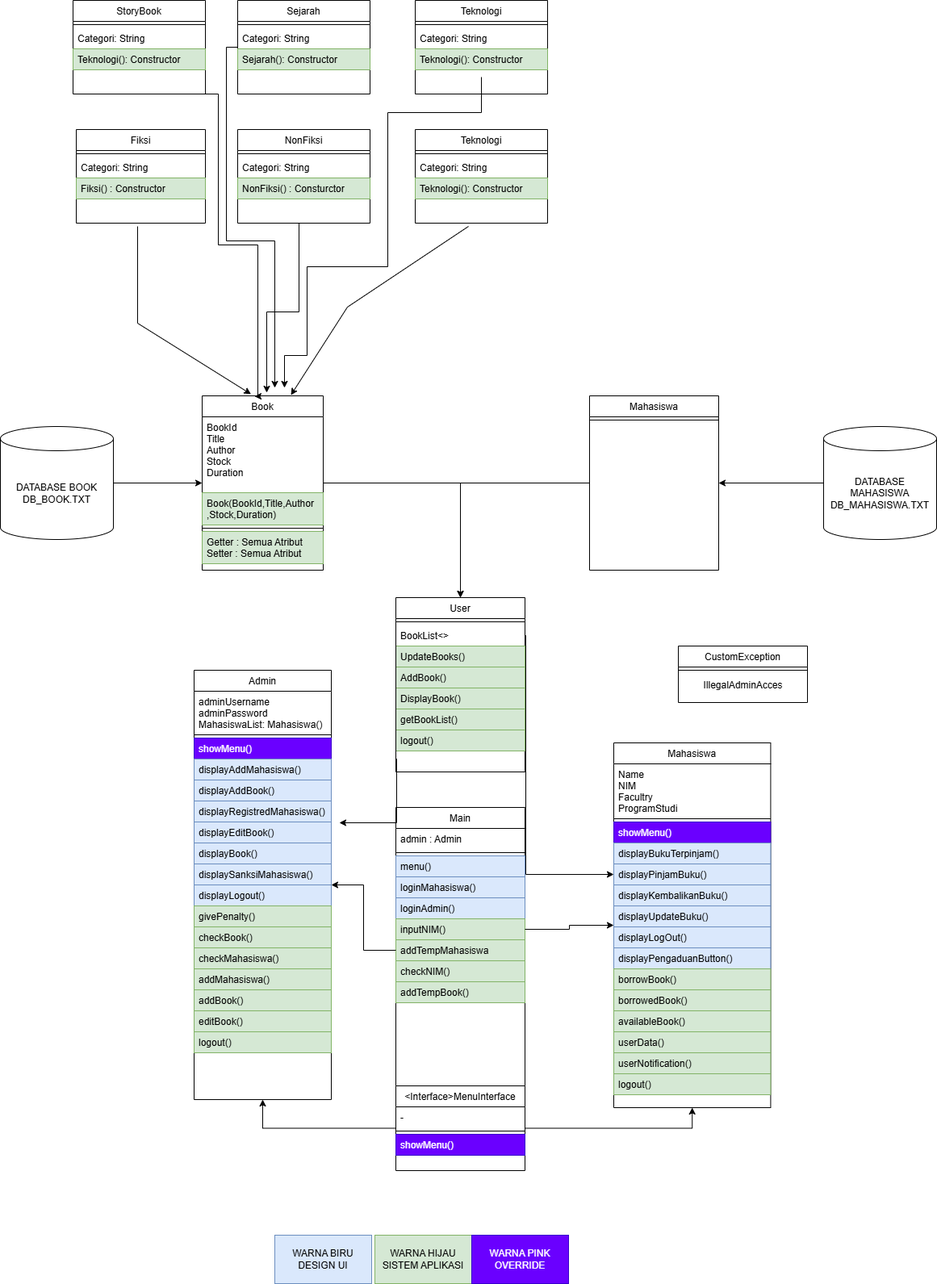
The draw.io diagram DiagramPerpustakaan.png in dikameo/PERPUSTAKAANCUY, before a commit. Source tidied: cells renumbered, new cells last; positions are measured from the earlier drawing's top-left corner, leaving out a move shared by most shapes.
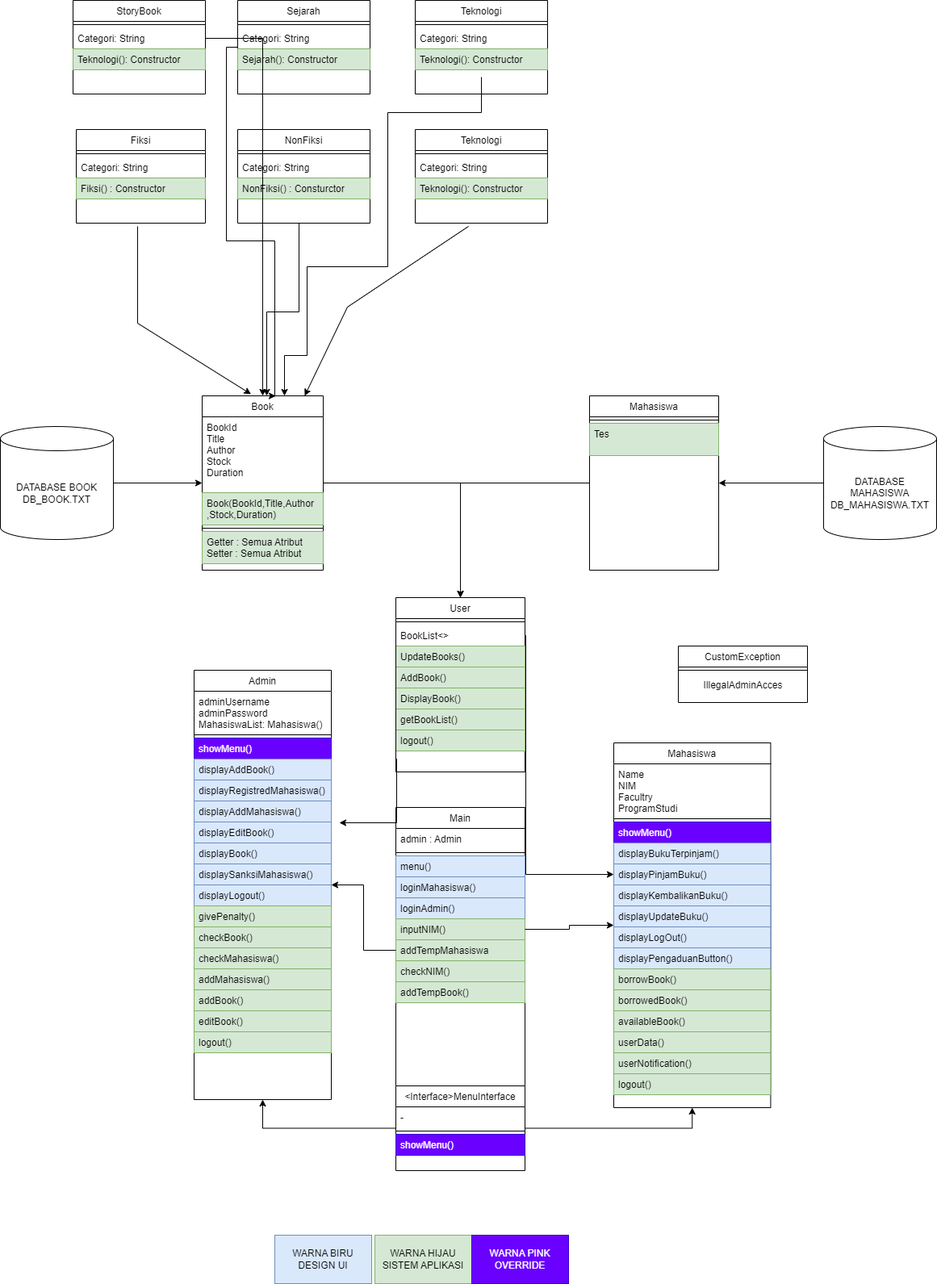
The same diagram one commit later.

Diff of the diagram source:
```diff
@@ -14,15 +14,15 @@
     <mxCell id="5" value="showMenu()" style="text;align=left;verticalAlign=top;spacingLeft=4;spacingRight=4;overflow=hidden;fillColor=#6a00ff;strokeColor=#3700CC;fontColor=#ffffff;" parent="2" vertex="1">
       <mxGeometry y="84" width="170" height="26" as="geometry" />
     </mxCell>
-    <mxCell id="6" value="displayAddMahasiswa()" style="text;align=left;verticalAlign=top;spacingLeft=4;spacingRight=4;overflow=hidden;fillColor=#dae8fc;strokeColor=#6c8ebf;" parent="2" vertex="1">
-      <mxGeometry y="110" width="170" height="26" as="geometry" />
-    </mxCell>
     <mxCell id="7" value="displayAddBook()" style="text;align=left;verticalAlign=top;spacingLeft=4;spacingRight=4;overflow=hidden;fillColor=#dae8fc;strokeColor=#6c8ebf;" parent="2" vertex="1">
-      <mxGeometry y="136" width="170" height="26" as="geometry" />
+      <mxGeometry y="110" width="170" height="26" as="geometry" />
     </mxCell>
     <mxCell id="8" value="displayRegistredMahasiswa()" style="text;align=left;verticalAlign=top;spacingLeft=4;spacingRight=4;overflow=hidden;fillColor=#dae8fc;strokeColor=#6c8ebf;" parent="2" vertex="1">
-      <mxGeometry y="162" width="170" height="26" as="geometry" />
+      <mxGeometry y="136" width="170" height="26" as="geometry" />
     </mxCell>
+    <mxCell id="6" value="displayAddMahasiswa()" style="text;align=left;verticalAlign=top;spacingLeft=4;spacingRight=4;overflow=hidden;fillColor=#dae8fc;strokeColor=#6c8ebf;" parent="2" vertex="1">
+      <mxGeometry y="162" width="170" height="26" as="geometry" />
+    </mxCell>
     <mxCell id="9" value="displayEditBook()" style="text;align=left;verticalAlign=top;spacingLeft=4;spacingRight=4;overflow=hidden;fillColor=#dae8fc;strokeColor=#6c8ebf;" parent="2" vertex="1">
       <mxGeometry y="188" width="170" height="26" as="geometry" />
     </mxCell>
@@ -237,6 +237,9 @@
     <mxCell id="75" style="line;html=1;strokeWidth=1;align=left;verticalAlign=middle;spacingTop=-1;spacingLeft=3;spacingRight=3;labelPosition=right;" parent="74" vertex="1">
       <mxGeometry y="26" width="160" height="8" as="geometry" />
     </mxCell>
+    <mxCell id="113" value="Tes" style="text;align=left;verticalAlign=top;spacingLeft=4;spacingRight=4;overflow=hidden;rounded=0;shadow=0;html=0;fillColor=#d5e8d4;strokeColor=#82b366;" parent="74" vertex="1">
+      <mxGeometry y="34" width="160" height="40" as="geometry" />
+    </mxCell>
     <mxCell id="76" value="Fiksi" style="swimlane;fontStyle=0;align=center;verticalAlign=top;horizontal=1;startSize=26;rounded=0;shadow=0;strokeWidth=1;" parent="1" vertex="1">
       <mxGeometry x="94" y="160" width="160" height="116" as="geometry" />
     </mxCell>
@@ -257,10 +260,9 @@
         </Array>
       </mxGeometry>
     </mxCell>
-    <mxCell id="81" style="edgeStyle=orthogonalEdgeStyle;rounded=0;orthogonalLoop=1;jettySize=auto;html=1;entryX=0.5;entryY=0;entryDx=0;entryDy=0;" parent="1" edge="1">
+    <mxCell id="81" style="edgeStyle=orthogonalEdgeStyle;rounded=0;jettySize=auto;html=1;" parent="1" edge="1" target="37">
       <mxGeometry relative="1" as="geometry">
         <mxPoint x="370" y="276" as="sourcePoint" />
-        <mxPoint x="330" y="486" as="targetPoint" />
         <Array as="points">
           <mxPoint x="370" y="386" />
           <mxPoint x="330" y="386" />
@@ -279,10 +281,9 @@
     <mxCell id="85" value="NonFiksi() : Consturctor" style="text;align=left;verticalAlign=top;spacingLeft=4;spacingRight=4;overflow=hidden;rounded=0;shadow=0;html=0;fillColor=#d5e8d4;strokeColor=#82b366;" parent="82" vertex="1">
       <mxGeometry y="60" width="164" height="26" as="geometry" />
     </mxCell>
-    <mxCell id="86" style="edgeStyle=orthogonalEdgeStyle;rounded=0;orthogonalLoop=1;jettySize=auto;html=1;" parent="82" edge="1">
+    <mxCell id="86" style="edgeStyle=orthogonalEdgeStyle;rounded=0;jettySize=auto;html=1;" parent="82" edge="1" target="37">
       <mxGeometry relative="1" as="geometry">
         <mxPoint x="302" y="-65" as="sourcePoint" />
-        <mxPoint x="58" y="320" as="targetPoint" />
         <Array as="points">
           <mxPoint x="302" y="-21" />
           <mxPoint x="186" y="-21" />
@@ -314,13 +315,13 @@
     <mxCell id="93" value="IllegalAdminAcces" style="text;html=1;align=center;verticalAlign=middle;strokeColor=none;fillColor=none;" parent="91" vertex="1">
       <mxGeometry y="34" width="160" height="30" as="geometry" />
     </mxCell>
-    <mxCell id="94" style="edgeStyle=orthogonalEdgeStyle;rounded=0;jettySize=auto;html=1;" parent="1" edge="1" source="95">
+    <mxCell id="94" style="edgeStyle=orthogonalEdgeStyle;rounded=0;jettySize=auto;html=1;entryX=0.607;entryY=0.001;entryDx=0;entryDy=0;entryPerimeter=0;" parent="1" edge="1" source="95" target="37">
       <mxGeometry relative="1" as="geometry">
-        <mxPoint x="340" y="480" as="targetPoint" />
         <Array as="points">
           <mxPoint x="280" y="58" />
           <mxPoint x="280" y="298" />
           <mxPoint x="340" y="298" />
+          <mxPoint x="340" y="490" />
         </Array>
       </mxGeometry>
     </mxCell>
@@ -372,23 +373,16 @@
     <mxCell id="110" value="Teknologi(): Constructor" style="text;align=left;verticalAlign=top;spacingLeft=4;spacingRight=4;overflow=hidden;rounded=0;shadow=0;html=0;fillColor=#d5e8d4;strokeColor=#82b366;" parent="107" vertex="1">
       <mxGeometry y="60" width="164" height="26" as="geometry" />
     </mxCell>
-    <mxCell id="111" style="endArrow=classic;html=1;rounded=0;" parent="1" edge="1">
+    <mxCell id="111" style="endArrow=classic;html=1;rounded=0;" parent="1" edge="1" target="37">
       <mxGeometry relative="1" as="geometry">
         <mxPoint x="580" y="280" as="sourcePoint" />
-        <mxPoint x="360" y="489.1" as="targetPoint" />
         <Array as="points">
           <mxPoint x="430" y="380" />
         </Array>
       </mxGeometry>
     </mxCell>
-    <mxCell id="112" style="edgeStyle=orthogonalEdgeStyle;rounded=0;jettySize=auto;html=1;exitX=0.5;exitY=1;exitDx=0;exitDy=0;entryX=0.433;entryY=0.003;entryDx=0;entryDy=0;entryPerimeter=0;" parent="1" edge="1" source="107" target="37">
-      <mxGeometry relative="1" as="geometry">
-        <Array as="points">
-          <mxPoint x="270" y="116" />
-          <mxPoint x="270" y="303" />
-          <mxPoint x="319" y="303" />
-        </Array>
-      </mxGeometry>
-    </mxCell>
+    <mxCell id="114" style="edgeStyle=orthogonalEdgeStyle;rounded=0;jettySize=auto;html=1;" parent="1" edge="1" source="109" target="37">
+      <mxGeometry relative="1" as="geometry" />
+    </mxCell>
   </root>
 </mxGraphModel>
```
